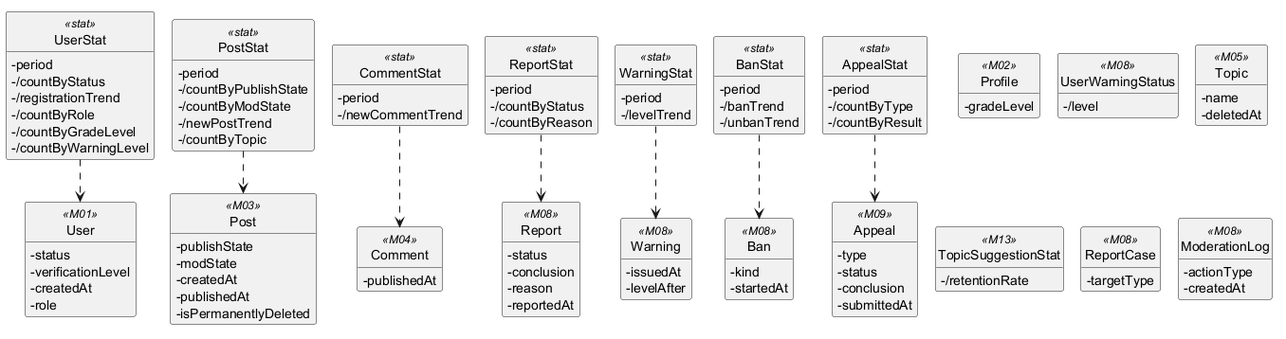
Earlier version of the PlantUML export .agents/.claude/system_analysis/output/data-model/ec/diagrams/EC-M15.png (ducsiukap/iShare). Source of this version:
```plantuml
@startuml
!pragma layout smetana
hide circle
hide methods
skinparam classAttributeIconSize 0

class UserStat <<stat>> {
  -period
  -/countByStatus
  -/registrationTrend
  -/countByRole
  -/countByGradeLevel
  -/countByWarningLevel
}
class PostStat <<stat>> {
  -period
  -/countByPublishState
  -/countByModState
  -/newPostTrend
  -/countByTopic
}
class CommentStat <<stat>> {
  -period
  -/newCommentTrend
}
class ReportStat <<stat>> {
  -period
  -/countByStatus
  -/countByReason
}
class WarningStat <<stat>> {
  -period
  -/levelTrend
}
class BanStat <<stat>> {
  -period
  -/banTrend
  -/unbanTrend
}
class AppealStat <<stat>> {
  -period
  -/countByType
  -/countByResult
}
class User <<M01>> {
  -status
  -verificationLevel
  -createdAt
  -role
}
class Profile <<M02>> {
  -gradeLevel
}
class UserWarningStatus <<M08>> {
  -/level
}
class Post <<M03>> {
  -publishState
  -modState
  -createdAt
  -publishedAt
  -isPermanentlyDeleted
}
class Topic <<M05>> {
  -name
  -deletedAt
}
class Comment <<M04>> {
  -publishedAt
}
class TopicSuggestionStat <<M13>> {
  -/retentionRate
}
class Report <<M08>> {
  -status
  -conclusion
  -reason
  -reportedAt
}
class ReportCase <<M08>> {
  -targetType
}
class Warning <<M08>> {
  -issuedAt
  -levelAfter
}
class Ban <<M08>> {
  -kind
  -startedAt
}
class ModerationLog <<M08>> {
  -actionType
  -createdAt
}
class Appeal <<M09>> {
  -type
  -status
  -conclusion
  -submittedAt
}

UserStat ..> User
PostStat ..> Post
CommentStat ..> Comment
ReportStat ..> Report
WarningStat ..> Warning
BanStat ..> Ban
AppealStat ..> Appeal

@enduml
```
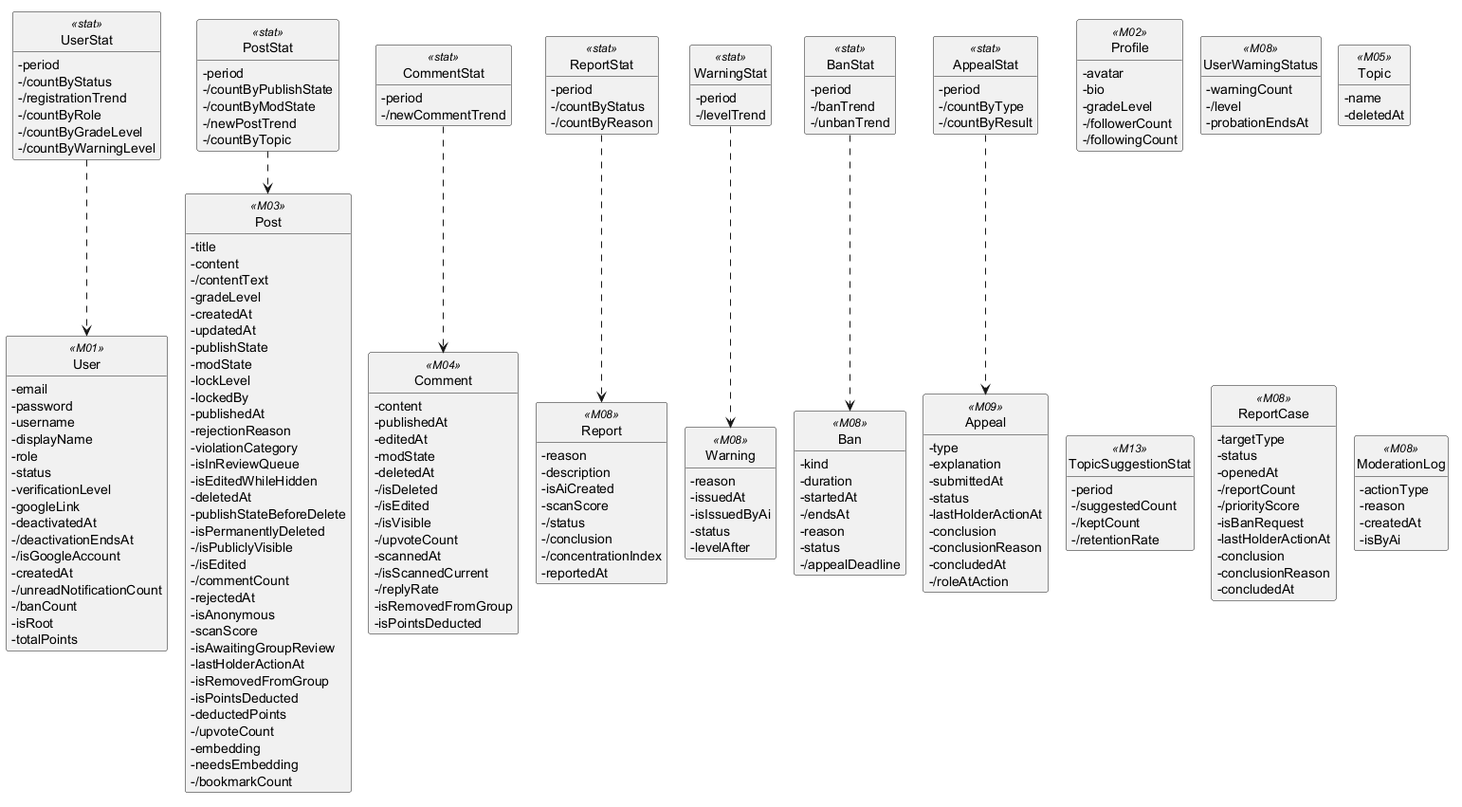
Later version of the same file.

Diff of the diagram source:
```diff
@@ -43,60 +43,150 @@
   -/countByResult
 }
 class User <<M01>> {
+  -email
+  -password
+  -username
+  -displayName
+  -role
   -status
   -verificationLevel
+  -googleLink
+  -deactivatedAt
+  -/deactivationEndsAt
+  -/isGoogleAccount
   -createdAt
-  -role
+  -/unreadNotificationCount
+  -/banCount
+  -isRoot
+  -totalPoints
 }
 class Profile <<M02>> {
+  -avatar
+  -bio
   -gradeLevel
+  -/followerCount
+  -/followingCount
 }
 class UserWarningStatus <<M08>> {
+  -warningCount
   -/level
+  -probationEndsAt
 }
 class Post <<M03>> {
+  -title
+  -content
+  -/contentText
+  -gradeLevel
+  -createdAt
+  -updatedAt
   -publishState
   -modState
-  -createdAt
+  -lockLevel
+  -lockedBy
   -publishedAt
+  -rejectionReason
+  -violationCategory
+  -isInReviewQueue
+  -isEditedWhileHidden
+  -deletedAt
+  -publishStateBeforeDelete
   -isPermanentlyDeleted
+  -/isPubliclyVisible
+  -/isEdited
+  -/commentCount
+  -rejectedAt
+  -isAnonymous
+  -scanScore
+  -isAwaitingGroupReview
+  -lastHolderActionAt
+  -isRemovedFromGroup
+  -isPointsDeducted
+  -deductedPoints
+  -/upvoteCount
+  -embedding
+  -needsEmbedding
+  -/bookmarkCount
 }
 class Topic <<M05>> {
   -name
   -deletedAt
 }
 class Comment <<M04>> {
+  -content
   -publishedAt
+  -editedAt
+  -modState
+  -deletedAt
+  -/isDeleted
+  -/isEdited
+  -/isVisible
+  -/upvoteCount
+  -scannedAt
+  -/isScannedCurrent
+  -/replyRate
+  -isRemovedFromGroup
+  -isPointsDeducted
 }
 class TopicSuggestionStat <<M13>> {
+  -period
+  -/suggestedCount
+  -/keptCount
   -/retentionRate
 }
 class Report <<M08>> {
-  -status
-  -conclusion
   -reason
+  -description
+  -isAiCreated
+  -scanScore
+  -/status
+  -/conclusion
+  -/concentrationIndex
   -reportedAt
 }
 class ReportCase <<M08>> {
   -targetType
+  -status
+  -openedAt
+  -/reportCount
+  -/priorityScore
+  -isBanRequest
+  -lastHolderActionAt
+  -conclusion
+  -conclusionReason
+  -concludedAt
 }
 class Warning <<M08>> {
+  -reason
   -issuedAt
+  -isIssuedByAi
+  -status
   -levelAfter
 }
 class Ban <<M08>> {
   -kind
+  -duration
   -startedAt
+  -/endsAt
+  -reason
+  -status
+  -/appealDeadline
 }
 class ModerationLog <<M08>> {
   -actionType
+  -reason
   -createdAt
+  -isByAi
 }
 class Appeal <<M09>> {
   -type
+  -explanation
+  -submittedAt
   -status
+  -lastHolderActionAt
   -conclusion
-  -submittedAt
+  -conclusionReason
+  -concludedAt
+  -/roleAtAction
 }
 
 UserStat ..> User
```
